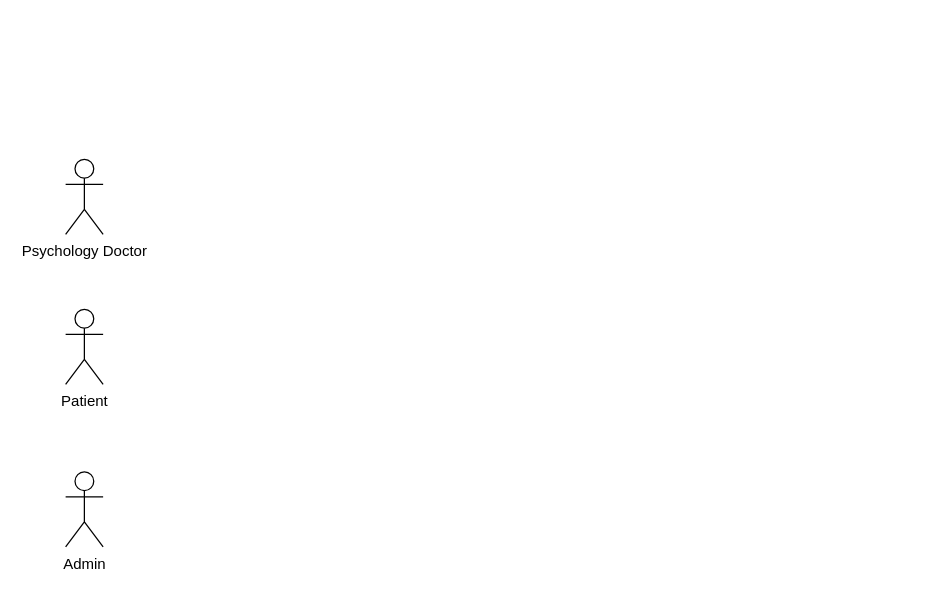
This is Untitled Diagram.drawio from Hoanghaine/distributed_system, a draw.io file, before an edit. Source tidied: cells renumbered, new cells numbered last; positions are measured from the earlier drawing's top-left corner, leaving out a move shared by most shapes. Both pictures are drawn from the tidied source at 125%, with x=0, y=0 at pixel (65, 159).
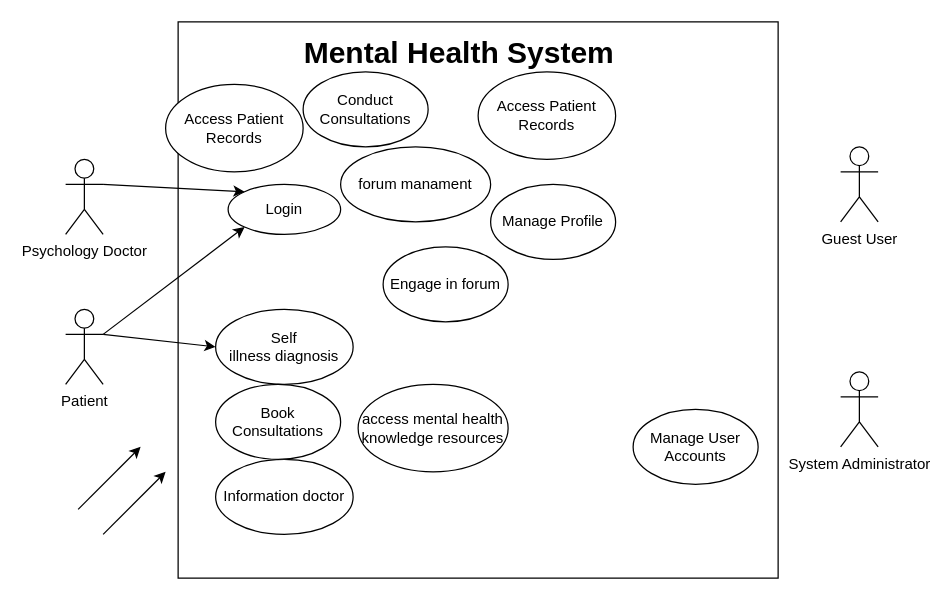
The same diagram, later.

Unchanged cells that the change refers to:
```xml
<mxCell id="2" value="&lt;div&gt;Patient&lt;/div&gt;" style="shape=umlActor;verticalLabelPosition=bottom;verticalAlign=top;html=1;outlineConnect=0;" parent="1" vertex="1">
  <mxGeometry y="120" width="30" height="60" as="geometry" />
</mxCell>
<mxCell id="3" value="Psychology Doctor&lt;div&gt;&lt;br&gt;&lt;/div&gt;" style="shape=umlActor;verticalLabelPosition=bottom;verticalAlign=top;html=1;outlineConnect=0;" parent="1" vertex="1">
  <mxGeometry width="30" height="60" as="geometry" />
</mxCell>
```

What changed in the source:
```diff
@@
-    <mxCell id="4" value="Admin" style="shape=umlActor;verticalLabelPosition=bottom;verticalAlign=top;html=1;" parent="1" vertex="1">
-      <mxGeometry y="250" width="30" height="60" as="geometry" />
+    <mxCell id="4" value="System Administrator" style="shape=umlActor;verticalLabelPosition=bottom;verticalAlign=top;html=1;" parent="1" vertex="1">
+      <mxGeometry x="620" y="170" width="30" height="60" as="geometry" />
     </mxCell>
+    <mxCell id="5" style="rounded=0;whiteSpace=wrap;html=1;" parent="1" vertex="1">
+      <mxGeometry x="90" y="-110" width="480" height="445" as="geometry" />
+    </mxCell>
+    <mxCell id="6" value="Information doctor" style="ellipse;whiteSpace=wrap;html=1;" parent="1" vertex="1">
+      <mxGeometry x="120" y="240" width="110" height="60" as="geometry" />
+    </mxCell>
+    <mxCell id="7" value="forum manament" style="ellipse;whiteSpace=wrap;html=1;" parent="1" vertex="1">
+      <mxGeometry x="220" y="-10" width="120" height="60" as="geometry" />
+    </mxCell>
+    <mxCell id="8" value="Self illness&amp;nbsp;diagnosis" style="ellipse;whiteSpace=wrap;html=1;" parent="1" vertex="1">
+      <mxGeometry x="120" y="120" width="110" height="60" as="geometry" />
+    </mxCell>
+    <mxCell id="9" value="&lt;div&gt;Login&lt;/div&gt;" style="ellipse;whiteSpace=wrap;html=1;" parent="1" vertex="1">
+      <mxGeometry x="130" y="20" width="90" height="40" as="geometry" />
+    </mxCell>
+    <mxCell id="10" style="endArrow=classic;html=1;rounded=0;exitX=1;exitY=0.3333333333333333;exitDx=0;exitDy=0;exitPerimeter=0;entryX=0;entryY=0;entryDx=0;entryDy=0;" parent="1" edge="1" source="3" target="9">
+      <mxGeometry relative="1" as="geometry" />
+    </mxCell>
+    <mxCell id="11" style="endArrow=classic;html=1;rounded=0;exitX=1;exitY=0.3333333333333333;exitDx=0;exitDy=0;exitPerimeter=0;entryX=0;entryY=1;entryDx=0;entryDy=0;" parent="1" edge="1" source="2" target="9">
+      <mxGeometry relative="1" as="geometry" />
+    </mxCell>
+    <mxCell id="12" value="Guest User" style="shape=umlActor;verticalLabelPosition=bottom;verticalAlign=top;html=1;" parent="1" vertex="1">
+      <mxGeometry x="620" y="-10" width="30" height="60" as="geometry" />
+    </mxCell>
+    <mxCell id="13" value="Manage Profile" style="ellipse;whiteSpace=wrap;html=1;" parent="1" vertex="1">
+      <mxGeometry x="340" y="20" width="100" height="60" as="geometry" />
+    </mxCell>
+    <mxCell id="14" value="Engage in forum" style="ellipse;whiteSpace=wrap;html=1;" parent="1" vertex="1">
+      <mxGeometry x="254" y="70" width="100" height="60" as="geometry" />
+    </mxCell>
+    <mxCell id="15" value="Book Consultations" style="ellipse;whiteSpace=wrap;html=1;" parent="1" vertex="1">
+      <mxGeometry x="120" y="180" width="100" height="60" as="geometry" />
+    </mxCell>
+    <mxCell id="16" value="Manage User Accounts" style="ellipse;whiteSpace=wrap;html=1;" parent="1" vertex="1">
+      <mxGeometry x="454" y="200" width="100" height="60" as="geometry" />
+    </mxCell>
+    <mxCell id="17" value="access mental health knowledge resources" style="ellipse;whiteSpace=wrap;html=1;" parent="1" vertex="1">
+      <mxGeometry x="234" y="180" width="120" height="70" as="geometry" />
+    </mxCell>
+    <mxCell id="18" value="&lt;b&gt;&lt;font style=&quot;font-size: 24px;&quot;&gt;Mental Health System&lt;/font&gt;&lt;/b&gt;" style="text;html=1;align=center;verticalAlign=middle;whiteSpace=wrap;rounded=0;" parent="1" vertex="1">
+      <mxGeometry x="175" y="-100" width="280" height="30" as="geometry" />
+    </mxCell>
+    <mxCell id="19" style="endArrow=classic;html=1;rounded=0;" parent="1" edge="1">
+      <mxGeometry relative="1" as="geometry">
+        <mxPoint x="10" y="280" as="sourcePoint" />
+        <mxPoint x="60" y="230" as="targetPoint" />
+      </mxGeometry>
+    </mxCell>
+    <mxCell id="20" style="endArrow=classic;html=1;rounded=0;entryX=0;entryY=0.5;entryDx=0;entryDy=0;exitX=1;exitY=0.3333333333333333;exitDx=0;exitDy=0;exitPerimeter=0;" parent="1" edge="1" source="2" target="8">
+      <mxGeometry relative="1" as="geometry" />
+    </mxCell>
+    <mxCell id="21" style="endArrow=classic;html=1;rounded=0;" parent="1" edge="1">
+      <mxGeometry relative="1" as="geometry">
+        <mxPoint x="30" y="300" as="sourcePoint" />
+        <mxPoint x="80" y="250" as="targetPoint" />
+      </mxGeometry>
+    </mxCell>
+    <mxCell id="22" value="Conduct Consultations" style="ellipse;whiteSpace=wrap;html=1;" parent="1" vertex="1">
+      <mxGeometry x="190" y="-70" width="100" height="60" as="geometry" />
+    </mxCell>
+    <mxCell id="23" value="Access Patient Records" style="ellipse;whiteSpace=wrap;html=1;" parent="1" vertex="1">
+      <mxGeometry x="80" y="-60" width="110" height="70" as="geometry" />
+    </mxCell>
+    <mxCell id="24" value="Access Patient Records" style="ellipse;whiteSpace=wrap;html=1;" parent="1" vertex="1">
+      <mxGeometry x="330" y="-70" width="110" height="70" as="geometry" />
+    </mxCell>
```
